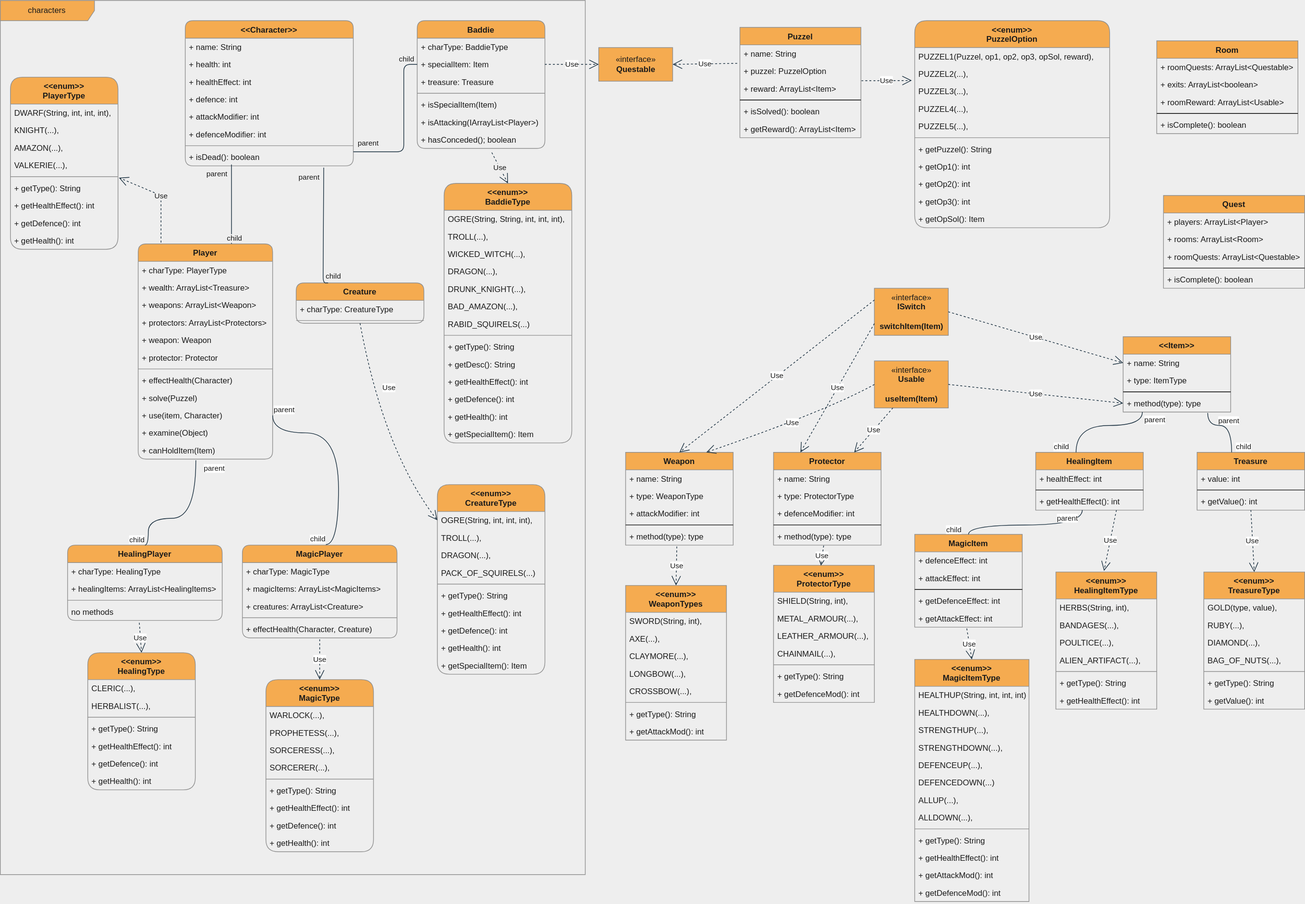
Above: Code Quest - Class Diagram.svg in Peetfire/W12_D3_Code_Quest (draw.io), before the change. Source tidied: cells renumbered, new cells last; positions are measured from the earlier drawing's top-left corner, leaving out a move shared by most shapes.
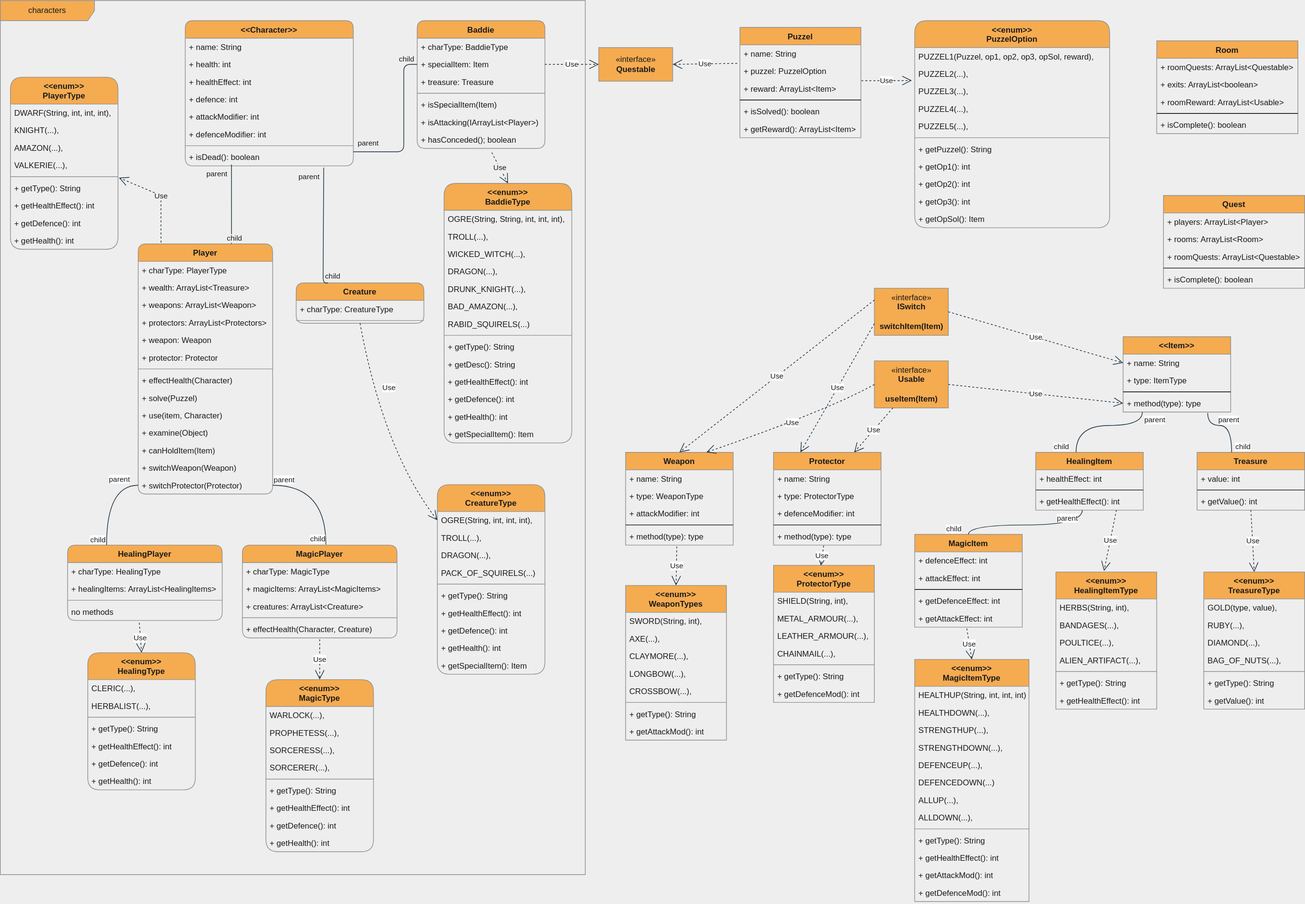
The same diagram one commit later.

What changed in the source:
```diff
@@ -6,7 +6,7 @@
       <mxGeometry width="870" height="1300" as="geometry" />
     </mxCell>
     <mxCell id="3" value="Player" style="swimlane;fontStyle=1;align=center;verticalAlign=top;horizontal=1;startSize=26;rounded=1;fillColor=#F5AB50;strokeColor=#909090;fontColor=#1A1A1A;" parent="1" vertex="1">
-      <mxGeometry x="205" y="362" width="200" height="320" as="geometry" />
+      <mxGeometry x="205" y="362" width="200" height="372" as="geometry" />
     </mxCell>
     <mxCell id="4" value="+ charType: PlayerType" style="text;strokeColor=none;fillColor=none;align=left;verticalAlign=top;spacingLeft=4;spacingRight=4;overflow=hidden;rounded=1;fontColor=#1A1A1A;" parent="3" vertex="1">
       <mxGeometry y="26" width="200" height="26" as="geometry" />
@@ -44,6 +44,12 @@
     <mxCell id="15" value="+ canHoldItem(Item)" style="text;strokeColor=none;fillColor=none;align=left;verticalAlign=top;spacingLeft=4;spacingRight=4;overflow=hidden;points=[[0,0.5],[1,0.5]];portConstraint=eastwest;rounded=1;fontColor=#1A1A1A;" parent="3" vertex="1">
       <mxGeometry y="294" width="200" height="26" as="geometry" />
     </mxCell>
+    <mxCell id="256" value="+ switchWeapon(Weapon)" style="text;strokeColor=none;fillColor=none;align=left;verticalAlign=top;spacingLeft=4;spacingRight=4;overflow=hidden;rounded=1;fontColor=#1A1A1A;" parent="3" vertex="1">
+      <mxGeometry y="320" width="200" height="26" as="geometry" />
+    </mxCell>
+    <mxCell id="257" value="+ switchProtector(Protector)" style="text;strokeColor=none;fillColor=none;align=left;verticalAlign=top;spacingLeft=4;spacingRight=4;overflow=hidden;points=[[0,0.5],[1,0.5]];portConstraint=eastwest;rounded=1;fontColor=#1A1A1A;" parent="3" vertex="1">
+      <mxGeometry y="346" width="200" height="26" as="geometry" />
+    </mxCell>
     <mxCell id="16" value="Baddie" style="swimlane;fontStyle=1;align=center;verticalAlign=top;horizontal=1;startSize=26;rounded=1;fillColor=#F5AB50;strokeColor=#909090;fontColor=#1A1A1A;" parent="1" vertex="1">
       <mxGeometry x="620" y="30" width="190" height="190" as="geometry" />
     </mxCell>
@@ -252,10 +258,10 @@
     <mxCell id="76" value="no methods" style="text;strokeColor=none;fillColor=none;align=left;verticalAlign=top;spacingLeft=4;spacingRight=4;overflow=hidden;points=[[0,0.5],[1,0.5]];portConstraint=eastwest;rounded=1;fontColor=#1A1A1A;" parent="72" vertex="1">
       <mxGeometry y="86" width="230" height="26" as="geometry" />
     </mxCell>
-    <mxCell id="77" style="endArrow=none;html=1;edgeStyle=orthogonalEdgeStyle;rounded=1;sketch=0;fontColor=#1A1A1A;strokeColor=#182E3E;curved=1;entryX=0.54;entryY=-0.006;entryDx=0;entryDy=0;entryPerimeter=0;exitX=1;exitY=0.5;exitDx=0;exitDy=0;" parent="1" edge="1" source="13" target="66">
+    <mxCell id="77" style="endArrow=none;html=1;edgeStyle=orthogonalEdgeStyle;rounded=1;sketch=0;fontColor=#1A1A1A;strokeColor=#182E3E;curved=1;entryX=0.54;entryY=-0.006;entryDx=0;entryDy=0;entryPerimeter=0;exitX=1;exitY=0.5;exitDx=0;exitDy=0;" parent="1" edge="1" source="257" target="66">
       <mxGeometry relative="1" as="geometry">
         <Array as="points">
-          <mxPoint x="503" y="643" />
+          <mxPoint x="484" y="721" />
         </Array>
       </mxGeometry>
     </mxCell>
@@ -265,18 +271,17 @@
     <mxCell id="79" value="child" style="edgeLabel;html=1;align=right;verticalAlign=bottom;rounded=0;sketch=0;fontColor=#1A1A1A;strokeColor=#909090;fillColor=#F5AB50;" parent="77" vertex="1">
       <mxGeometry x="1" relative="1" as="geometry" />
     </mxCell>
-    <mxCell id="80" style="endArrow=none;html=1;edgeStyle=orthogonalEdgeStyle;rounded=1;sketch=0;fontColor=#1A1A1A;strokeColor=#182E3E;curved=1;entryX=0.5;entryY=0;entryDx=0;entryDy=0;exitX=0.429;exitY=1.071;exitDx=0;exitDy=0;exitPerimeter=0;" parent="1" edge="1" source="15" target="72">
+    <mxCell id="80" style="endArrow=none;html=1;edgeStyle=orthogonalEdgeStyle;rounded=1;sketch=0;fontColor=#1A1A1A;strokeColor=#182E3E;curved=1;entryX=0.25;entryY=0;entryDx=0;entryDy=0;exitX=0;exitY=0.5;exitDx=0;exitDy=0;" parent="1" edge="1" source="257" target="72">
       <mxGeometry relative="1" as="geometry">
         <Array as="points">
-          <mxPoint x="291" y="770" />
-          <mxPoint x="220" y="770" />
-          <mxPoint x="220" y="810" />
+          <mxPoint x="158" y="721" />
+          <mxPoint x="158" y="810" />
         </Array>
       </mxGeometry>
     </mxCell>
     <mxCell id="81" value="parent" style="edgeLabel;html=1;align=left;verticalAlign=bottom;rounded=0;sketch=0;fontColor=#1A1A1A;strokeColor=#909090;fillColor=#F5AB50;" parent="80" vertex="1">
       <mxGeometry x="-1" relative="1" as="geometry">
-        <mxPoint x="10" y="20" as="offset" />
+        <mxPoint x="-45" y="-1" as="offset" />
       </mxGeometry>
     </mxCell>
     <mxCell id="82" value="child" style="edgeLabel;html=1;align=right;verticalAlign=bottom;rounded=0;sketch=0;fontColor=#1A1A1A;strokeColor=#909090;fillColor=#F5AB50;" parent="80" vertex="1">
```
